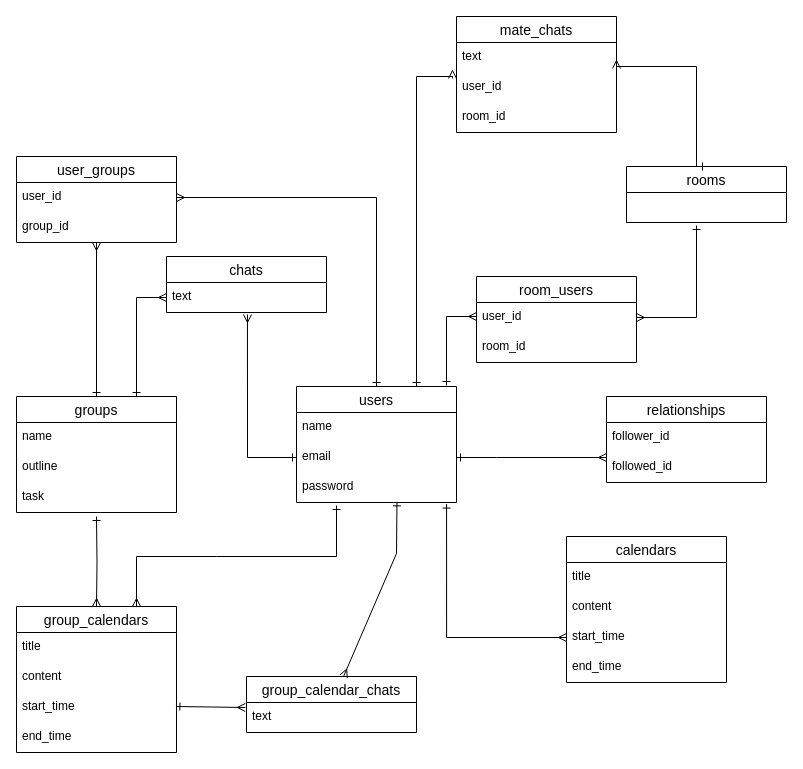
This is group_calendar_er.dio from yamaday0u/group_calendar, a draw.io file, before an edit. Source tidied: cells renumbered, new cells numbered last; positions are measured from the earlier drawing's top-left corner, leaving out a move shared by most shapes. Both pictures are drawn from the tidied source at 100%, with x=0, y=0 at pixel (16, 16).
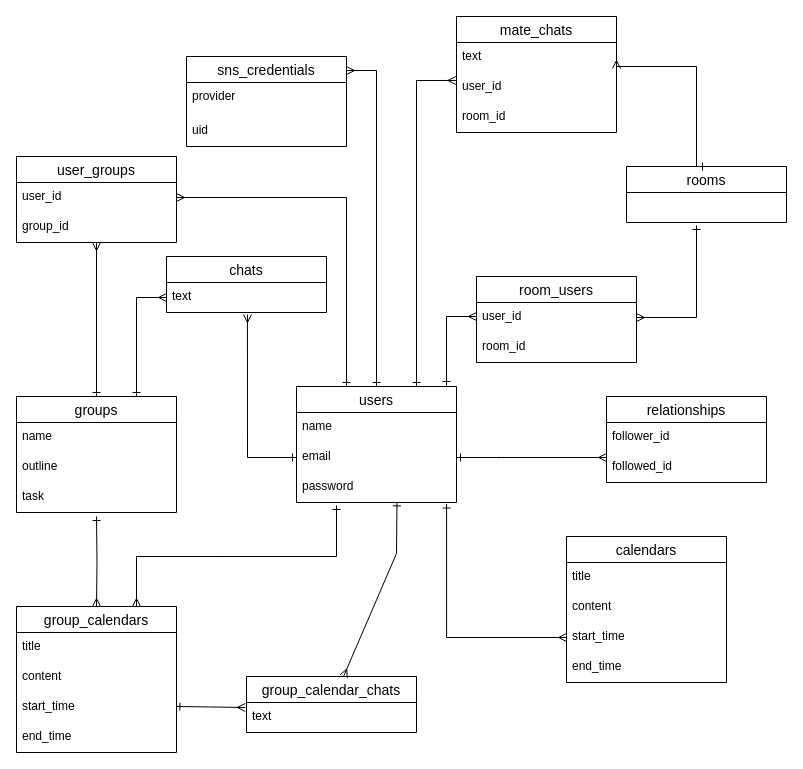
After the change.

Unchanged cells that the change refers to:
```xml
<mxCell id="2" value="users" style="swimlane;fontStyle=0;horizontal=1;startSize=26;align=center;fontSize=14;" parent="1" vertex="1">
  <mxGeometry x="280" y="370" width="160" height="116" as="geometry" />
</mxCell>
<mxCell id="17" value="user_id" style="text;strokeColor=none;fillColor=none;spacingLeft=4;spacingRight=4;overflow=hidden;points=[[0,0.5],[1,0.5]];portConstraint=eastwest;fontSize=12;" parent="16" vertex="1">
  <mxGeometry y="26" width="160" height="30" as="geometry" />
</mxCell>
<mxCell id="42" value="user_id" style="text;strokeColor=none;fillColor=none;spacingLeft=4;spacingRight=4;overflow=hidden;points=[[0,0.5],[1,0.5]];portConstraint=eastwest;fontSize=12;" parent="40" vertex="1">
  <mxGeometry y="56" width="160" height="30" as="geometry" />
</mxCell>
```

Change to the diagram source:
```diff
@@
-    <mxCell id="19" style="edgeStyle=orthogonalEdgeStyle;rounded=0;jettySize=auto;html=1;exitX=0.5;exitY=0;exitDx=0;exitDy=0;endArrow=ERmany;endFill=0;startArrow=ERone;startFill=0;entryX=1;entryY=0.5;entryDx=0;entryDy=0;" parent="1" edge="1" source="2" target="17">
+    <mxCell id="19" style="edgeStyle=orthogonalEdgeStyle;rounded=0;jettySize=auto;html=1;endArrow=ERmany;endFill=0;startArrow=ERone;startFill=0;entryX=1;entryY=0.5;entryDx=0;entryDy=0;" parent="1" edge="1" target="17">
       <mxGeometry relative="1" as="geometry">
+        <mxPoint x="330" y="370" as="sourcePoint" />
         <Array as="points">
-          <mxPoint x="360" y="181" />
+          <mxPoint x="330" y="370" />
+          <mxPoint x="330" y="181" />
         </Array>
       </mxGeometry>
     </mxCell>
@@
-    <mxCell id="45" style="edgeStyle=orthogonalEdgeStyle;rounded=0;jettySize=auto;html=1;exitX=0.75;exitY=0;exitDx=0;exitDy=0;endArrow=ERmany;endFill=0;startArrow=ERone;startFill=0;entryX=-0.025;entryY=0.2;entryDx=0;entryDy=0;entryPerimeter=0;" parent="1" edge="1" source="2" target="42">
+    <mxCell id="45" style="edgeStyle=orthogonalEdgeStyle;rounded=0;jettySize=auto;html=1;exitX=0.75;exitY=0;exitDx=0;exitDy=0;endArrow=ERmany;endFill=0;startArrow=ERone;startFill=0;entryX=-0.004;entryY=0.266;entryDx=0;entryDy=0;entryPerimeter=0;" parent="1" edge="1" source="2" target="42">
       <mxGeometry relative="1" as="geometry">
         <Array as="points">
-          <mxPoint x="400" y="60" />
-          <mxPoint x="436" y="60" />
+          <mxPoint x="400" y="64" />
         </Array>
       </mxGeometry>
     </mxCell>
@@
+    <mxCell id="52" value="sns_credentials" style="swimlane;fontStyle=0;horizontal=1;startSize=26;align=center;fontSize=14;" parent="1" vertex="1">
+      <mxGeometry x="170" y="40" width="160" height="90" as="geometry" />
+    </mxCell>
+    <mxCell id="53" value="provider" style="text;strokeColor=none;fillColor=none;spacingLeft=4;spacingRight=4;overflow=hidden;fontSize=12;" parent="52" vertex="1">
+      <mxGeometry y="26" width="160" height="34" as="geometry" />
+    </mxCell>
+    <mxCell id="54" value="uid" style="text;strokeColor=none;fillColor=none;spacingLeft=4;spacingRight=4;overflow=hidden;fontSize=12;" parent="52" vertex="1">
+      <mxGeometry y="60" width="160" height="30" as="geometry" />
+    </mxCell>
+    <mxCell id="55" style="edgeStyle=orthogonalEdgeStyle;rounded=0;jettySize=auto;html=1;endArrow=ERmany;endFill=0;startArrow=ERone;startFill=0;entryX=1;entryY=0.156;entryDx=0;entryDy=0;entryPerimeter=0;" parent="1" edge="1" target="52">
+      <mxGeometry relative="1" as="geometry">
+        <mxPoint x="360" y="370" as="sourcePoint" />
+        <Array as="points">
+          <mxPoint x="360" y="54" />
+        </Array>
+      </mxGeometry>
+    </mxCell>
```
